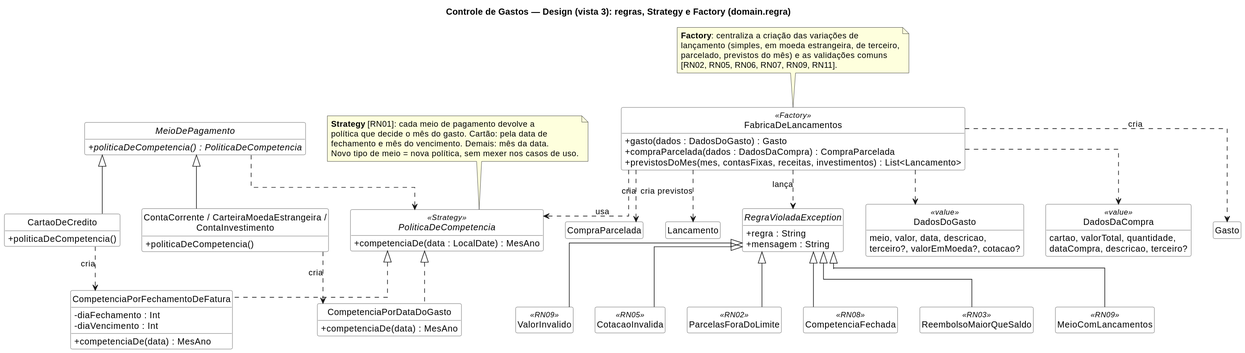
This is docs/uml/design-3-regras.svg from gabrielfbarbosa/gasto-certo, a PlantUML export, as it was before one commit.
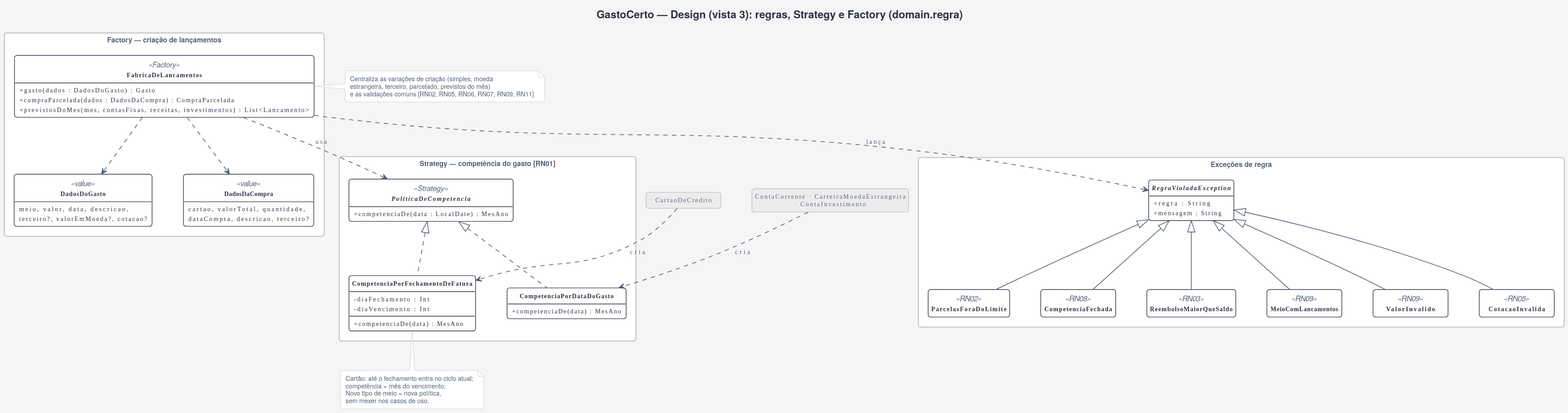
Later version of the same file.

Change to the diagram source:
```diff
@@ -1,83 +1,63 @@
 @startuml
-title Controle de Gastos — Design (vista 3): regras, Strategy e Factory (domain.regra)
-skinparam shadowing false
-skinparam defaultFontName Helvetica
-skinparam classAttributeIconSize 0
-skinparam linetype ortho
-skinparam nodesep 35
-skinparam ranksep 55
-skinparam class {
-  BackgroundColor #FFFFFF
-  BorderColor #444444
-}
+!include estilo.iuml
 hide circle
 hide empty members
+hide <<ref>> members
+hide <<ref>> stereotype
+hide <<foco>> stereotype
+title GastoCerto — Design (vista 3): regras, Strategy e Factory (domain.regra)
 
-interface PoliticaDeCompetencia <<Strategy>> {
-  + competenciaDe(data : LocalDate) : MesAno
+package "Strategy — competência do gasto [RN01]" {
+  interface PoliticaDeCompetencia <<Strategy>> {
+    + competenciaDe(data : LocalDate) : MesAno
+  }
+  class CompetenciaPorFechamentoDeFatura {
+    - diaFechamento : Int
+    - diaVencimento : Int
+    + competenciaDe(data) : MesAno
+  }
+  class CompetenciaPorDataDoGasto {
+    + competenciaDe(data) : MesAno
+  }
 }
-class CompetenciaPorFechamentoDeFatura {
-  - diaFechamento : Int
-  - diaVencimento : Int
-  + competenciaDe(data) : MesAno
+package "Factory — criação de lançamentos" {
+  class FabricaDeLancamentos <<Factory>> {
+    + gasto(dados : DadosDoGasto) : Gasto
+    + compraParcelada(dados : DadosDaCompra) : CompraParcelada
+    + previstosDoMes(mes, contasFixas, receitas, investimentos) : List<Lancamento>
+  }
+  class DadosDoGasto <<value>> {
+    meio, valor, data, descricao,
+    terceiro?, valorEmMoeda?, cotacao?
+  }
+  class DadosDaCompra <<value>> {
+    cartao, valorTotal, quantidade,
+    dataCompra, descricao, terceiro?
+  }
 }
-class CompetenciaPorDataDoGasto {
-  + competenciaDe(data) : MesAno
+package "Exceções de regra" {
+  abstract class RegraVioladaException {
+    + regra : String
+    + mensagem : String
+  }
+  class ValorInvalido <<RN09>>
+  class CotacaoInvalida <<RN05>>
+  class ParcelasForaDoLimite <<RN02>>
+  class CompetenciaFechada <<RN08>>
+  class ReembolsoMaiorQueSaldo <<RN03>>
+  class MeioComLancamentos <<RN09>>
 }
-abstract class MeioDePagamento {
-  + {abstract} politicaDeCompetencia() : PoliticaDeCompetencia
-}
-class CartaoDeCredito {
-  + politicaDeCompetencia()
-}
-class "ContaCorrente / CarteiraMoedaEstrangeira /\nContaInvestimento" as Outros {
-  + politicaDeCompetencia()
-}
-
-class FabricaDeLancamentos <<Factory>> {
-  + gasto(dados : DadosDoGasto) : Gasto
-  + compraParcelada(dados : DadosDaCompra) : CompraParcelada
-  + previstosDoMes(mes, contasFixas, receitas, investimentos) : List<Lancamento>
-}
-class DadosDoGasto <<value>> {
-  meio, valor, data, descricao,
-  terceiro?, valorEmMoeda?, cotacao?
-}
-class DadosDaCompra <<value>> {
-  cartao, valorTotal, quantidade,
-  dataCompra, descricao, terceiro?
-}
-class Gasto
-class CompraParcelada
-class Lancamento
-
-abstract class RegraVioladaException {
-  + regra : String
-  + mensagem : String
-}
-class ValorInvalido <<RN09>>
-class CotacaoInvalida <<RN05>>
-class ParcelasForaDoLimite <<RN02>>
-class CompetenciaFechada <<RN08>>
-class ReembolsoMaiorQueSaldo <<RN03>>
-class MeioComLancamentos <<RN09>>
+class "CartaoDeCredito" as Cartao <<ref>>
+class "ContaCorrente · CarteiraMoedaEstrangeira\n· ContaInvestimento" as Outros <<ref>>
 
 PoliticaDeCompetencia <|.. CompetenciaPorFechamentoDeFatura
 PoliticaDeCompetencia <|.. CompetenciaPorDataDoGasto
-MeioDePagamento <|-- CartaoDeCredito
-MeioDePagamento <|-- Outros
-MeioDePagamento .right.> PoliticaDeCompetencia
-CartaoDeCredito ..> CompetenciaPorFechamentoDeFatura : cria
+Cartao ..> CompetenciaPorFechamentoDeFatura : cria
 Outros ..> CompetenciaPorDataDoGasto : cria
-
 FabricaDeLancamentos ..> DadosDoGasto
 FabricaDeLancamentos ..> DadosDaCompra
-FabricaDeLancamentos ..> Gasto : cria
-FabricaDeLancamentos ..> CompraParcelada : cria
-FabricaDeLancamentos ..> Lancamento : cria previstos
 FabricaDeLancamentos ..> PoliticaDeCompetencia : usa
 FabricaDeLancamentos ..> RegraVioladaException : lança
-
 RegraVioladaException <|-- ValorInvalido
 RegraVioladaException <|-- CotacaoInvalida
 RegraVioladaException <|-- ParcelasForaDoLimite
@@ -85,18 +65,15 @@
 RegraVioladaException <|-- ReembolsoMaiorQueSaldo
 RegraVioladaException <|-- MeioComLancamentos
 
-note as N1
-  <b>Strategy</b> [RN01]: cada meio de pagamento devolve a
-  política que decide o mês do gasto. Cartão: pela data de
-  fechamento e mês do vencimento. Demais: mês da data.
-  Novo tipo de meio = nova política, sem mexer nos casos de uso.
+note bottom of CompetenciaPorFechamentoDeFatura
+  Cartão: até o fechamento entra no ciclo atual;
+  competência = mês do vencimento.
+  Novo tipo de meio = nova política,
+  sem mexer nos casos de uso.
 end note
-note as N2
-  <b>Factory</b>: centraliza a criação das variações de
-  lançamento (simples, em moeda estrangeira, de terceiro,
-  parcelado, previstos do mês) e as validações comuns
-  [RN02, RN05, RN06, RN07, RN09, RN11].
+note right of FabricaDeLancamentos
+  Centraliza as variações de criação (simples, moeda
+  estrangeira, terceiro, parcelado, previstos do mês)
+  e as validações comuns [RN02, RN05, RN06, RN07, RN09, RN11]
 end note
-N1 .. PoliticaDeCompetencia
-N2 .. FabricaDeLancamentos
 @enduml
```
